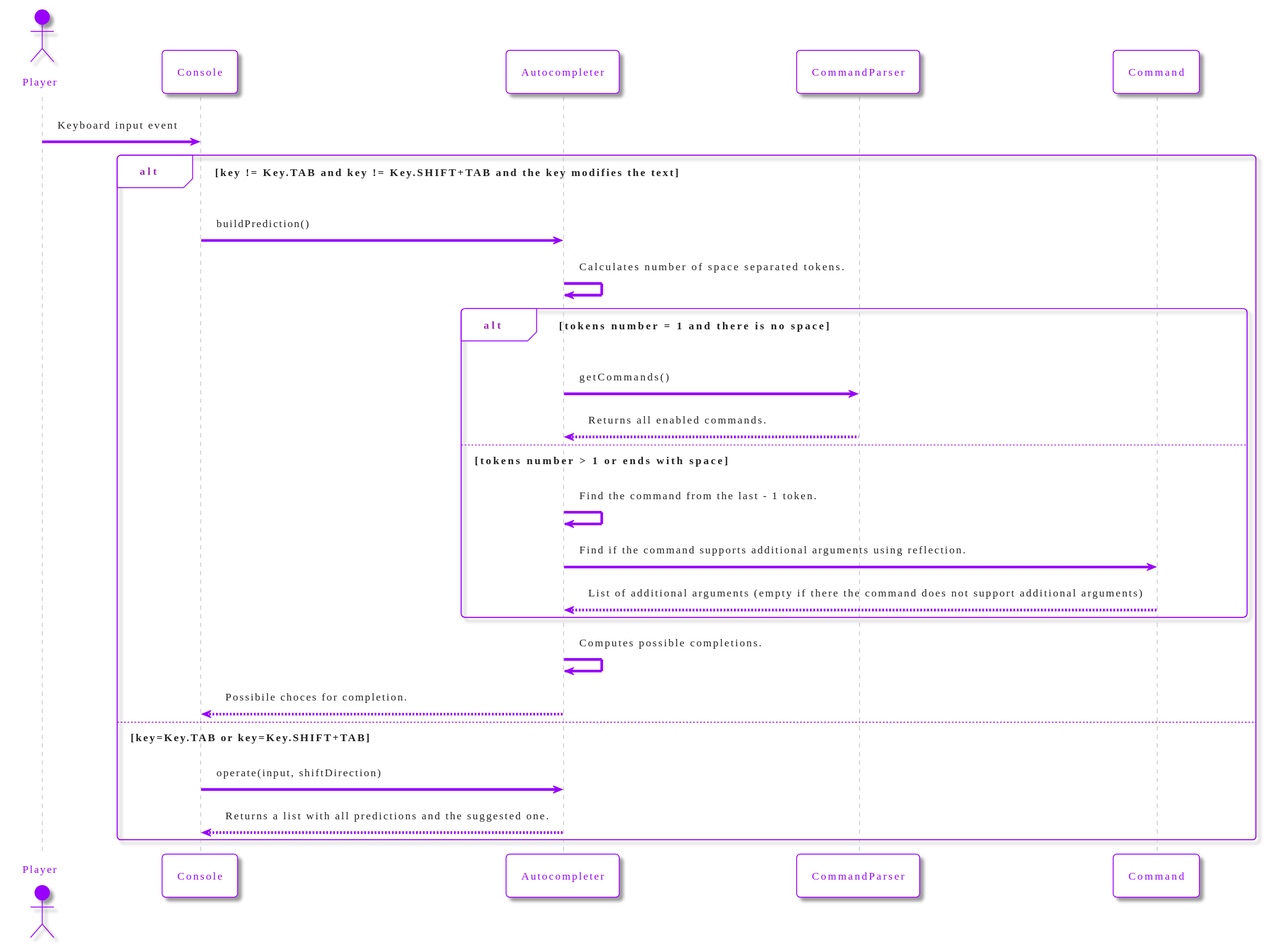
The PlantUML diagram docs/media/autocompleter-sequence-diagram.svg in AlessioChecchin/text_adventure, before a commit.
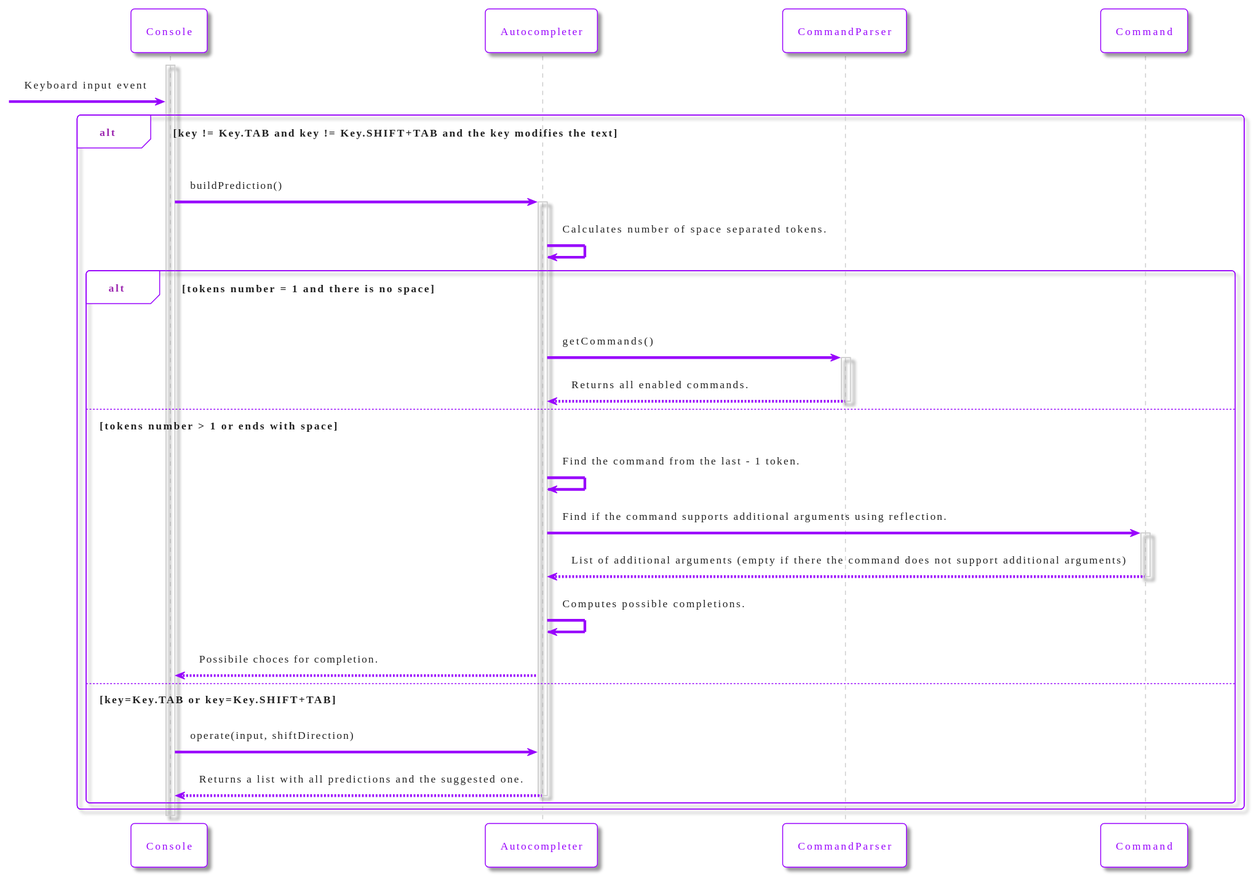
After the change.

Change to the diagram source:
```diff
@@ -14,36 +14,42 @@
  SequenceGroupBorderColor #9803fc
 }
 
-actor Player
 participant Console
 participant Autocompleter
 participant CommandParser
 participant Command
 
 
-
-Player -> Console: Keyboard input event
+activate Console
+-> Console: Keyboard input event
 alt key != Key.TAB and key != Key.SHIFT+TAB and the key modifies the text
   Console -> Autocompleter: buildPrediction()
+  activate Autocompleter
+
   Autocompleter -> Autocompleter: Calculates number of space separated tokens.
-
   alt tokens number = 1 and there is no space
     Autocompleter -> CommandParser: getCommands()
+    activate CommandParser
     CommandParser --> Autocompleter: Returns all enabled commands.
+    deactivate CommandParser
   else tokens number > 1 or ends with space
 
     Autocompleter -> Autocompleter: Find the command from the last - 1 token.
 
     Autocompleter -> Command: Find if the command supports additional arguments using reflection.
+    activate Command
     Command --> Autocompleter: List of additional arguments (empty if there the command does not support additional arguments)
-  end
+    deactivate Command
 
-  Autocompleter -> Autocompleter: Computes possible completions.
-
-  Autocompleter --> Console: Possibile choces for completion.
+    Autocompleter -> Autocompleter: Computes possible completions.
+    Autocompleter --> Console: Possibile choces for completion.
 
   else key=Key.TAB or key=Key.SHIFT+TAB
     Console -> Autocompleter: operate(input, shiftDirection)
     Autocompleter --> Console: Returns a list with all predictions and the suggested one.
+    deactivate Autocompleter
+
   end
+end
+deactivate Console
 @enduml
```
